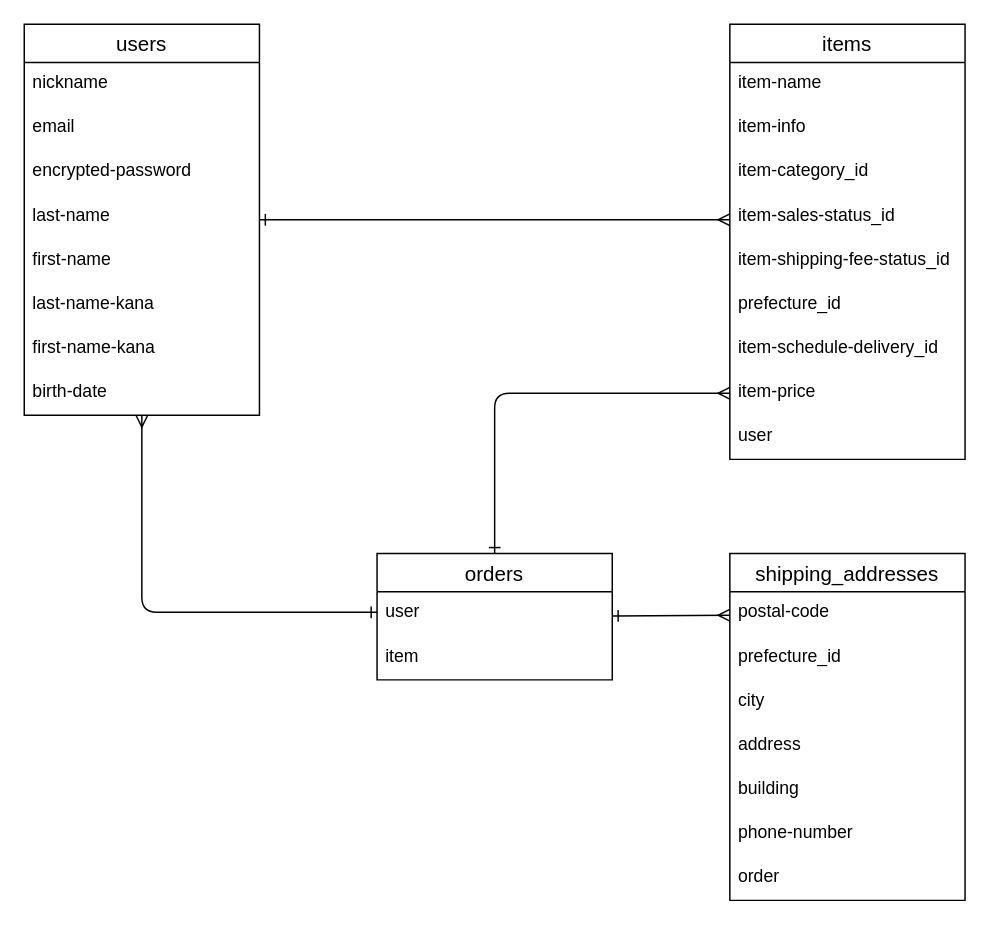
This is er.dio from yuhorn/furima-38660, a draw.io file, before an edit. Source tidied: cells renumbered, new cells numbered last; positions are measured from the earlier drawing's top-left corner, leaving out a move shared by most shapes. Both pictures are drawn from the tidied source at 147%, with x=0, y=0 at pixel (24, 24).
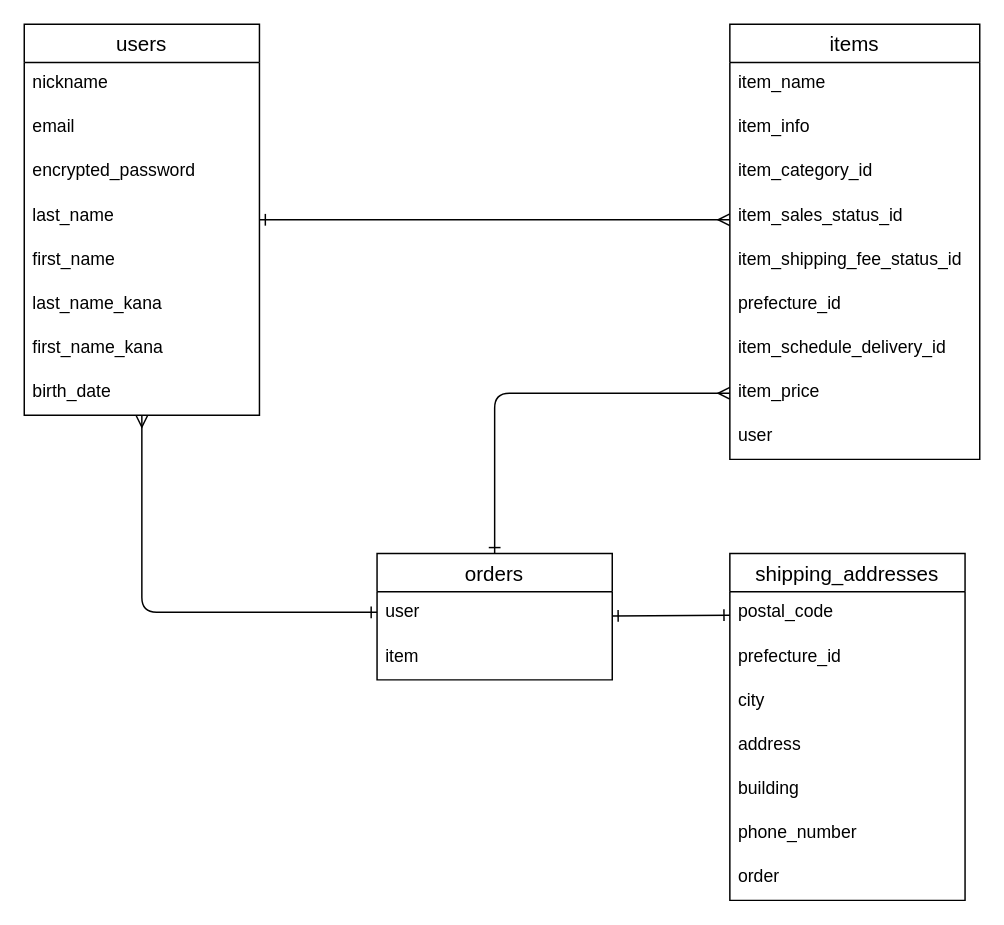
The same page after the edit.

Commit message (it also covers changes not shown here):
レビュー後修正３

The change refers to these unchanged cells:
```xml
<mxCell id="3" value="users" style="swimlane;fontStyle=0;horizontal=1;startSize=26;align=center;fontSize=14;labelBackgroundColor=default;labelBorderColor=none;swimlaneFillColor=default;" parent="1" vertex="1">
  <mxGeometry width="160" height="266" as="geometry" />
</mxCell>
<mxCell id="23" value="orders" style="swimlane;fontStyle=0;horizontal=1;startSize=26;align=center;fontSize=14;labelBackgroundColor=default;labelBorderColor=none;swimlaneFillColor=default;" parent="1" vertex="1">
  <mxGeometry x="240" y="360" width="160" height="86" as="geometry" />
</mxCell>
<mxCell id="27" value="shipping_addresses" style="swimlane;fontStyle=0;horizontal=1;startSize=26;align=center;fontSize=14;" parent="1" vertex="1">
  <mxGeometry x="480" y="360" width="160" height="236" as="geometry" />
</mxCell>
```

What changed in the source:
```diff
@@
-    <mxCell id="6" value="encrypted-password" style="text;strokeColor=none;fillColor=none;spacingLeft=4;spacingRight=4;overflow=hidden;fontSize=12;" parent="3" vertex="1">
+    <mxCell id="6" value="encrypted_password" style="text;strokeColor=none;fillColor=none;spacingLeft=4;spacingRight=4;overflow=hidden;fontSize=12;" parent="3" vertex="1">
       <mxGeometry y="86" width="160" height="30" as="geometry" />
     </mxCell>
-    <mxCell id="7" value="last-name" style="text;strokeColor=none;fillColor=none;spacingLeft=4;spacingRight=4;overflow=hidden;points=[[0,0.5],[1,0.5]];portConstraint=eastwest;fontSize=12;" parent="3" vertex="1">
+    <mxCell id="7" value="last_name" style="text;strokeColor=none;fillColor=none;spacingLeft=4;spacingRight=4;overflow=hidden;points=[[0,0.5],[1,0.5]];portConstraint=eastwest;fontSize=12;" parent="3" vertex="1">
       <mxGeometry y="116" width="160" height="30" as="geometry" />
     </mxCell>
-    <mxCell id="8" value="first-name" style="text;strokeColor=none;fillColor=none;spacingLeft=4;spacingRight=4;overflow=hidden;fontSize=12;" parent="3" vertex="1">
+    <mxCell id="8" value="first_name" style="text;strokeColor=none;fillColor=none;spacingLeft=4;spacingRight=4;overflow=hidden;fontSize=12;" parent="3" vertex="1">
       <mxGeometry y="146" width="160" height="30" as="geometry" />
     </mxCell>
-    <mxCell id="9" value="last-name-kana" style="text;strokeColor=none;fillColor=none;spacingLeft=4;spacingRight=4;overflow=hidden;fontSize=12;" parent="3" vertex="1">
+    <mxCell id="9" value="last_name_kana" style="text;strokeColor=none;fillColor=none;spacingLeft=4;spacingRight=4;overflow=hidden;fontSize=12;" parent="3" vertex="1">
       <mxGeometry y="176" width="160" height="30" as="geometry" />
     </mxCell>
-    <mxCell id="10" value="first-name-kana" style="text;strokeColor=none;fillColor=none;spacingLeft=4;spacingRight=4;overflow=hidden;fontSize=12;" parent="3" vertex="1">
+    <mxCell id="10" value="first_name_kana" style="text;strokeColor=none;fillColor=none;spacingLeft=4;spacingRight=4;overflow=hidden;fontSize=12;" parent="3" vertex="1">
       <mxGeometry y="206" width="160" height="30" as="geometry" />
     </mxCell>
-    <mxCell id="11" value="birth-date" style="text;strokeColor=none;fillColor=none;spacingLeft=4;spacingRight=4;overflow=hidden;fontSize=12;" parent="3" vertex="1">
+    <mxCell id="11" value="birth_date" style="text;strokeColor=none;fillColor=none;spacingLeft=4;spacingRight=4;overflow=hidden;fontSize=12;" parent="3" vertex="1">
       <mxGeometry y="236" width="160" height="30" as="geometry" />
     </mxCell>
     <mxCell id="12" value="items" style="swimlane;fontStyle=0;horizontal=1;startSize=26;align=center;fontSize=14;labelBackgroundColor=default;labelBorderColor=none;swimlaneFillColor=default;" parent="1" vertex="1">
-      <mxGeometry x="480" width="160" height="296" as="geometry" />
+      <mxGeometry x="480" width="170" height="296" as="geometry" />
     </mxCell>
-    <mxCell id="13" value="item-name" style="text;strokeColor=none;fillColor=none;spacingLeft=4;spacingRight=4;overflow=hidden;fontSize=12;" parent="12" vertex="1">
-      <mxGeometry y="26" width="160" height="30" as="geometry" />
+    <mxCell id="13" value="item_name" style="text;strokeColor=none;fillColor=none;spacingLeft=4;spacingRight=4;overflow=hidden;fontSize=12;" parent="12" vertex="1">
+      <mxGeometry y="26" width="170" height="30" as="geometry" />
     </mxCell>
-    <mxCell id="14" value="item-info" style="text;strokeColor=none;fillColor=none;spacingLeft=4;spacingRight=4;overflow=hidden;fontSize=12;" parent="12" vertex="1">
-      <mxGeometry y="56" width="160" height="30" as="geometry" />
+    <mxCell id="14" value="item_info" style="text;strokeColor=none;fillColor=none;spacingLeft=4;spacingRight=4;overflow=hidden;fontSize=12;" parent="12" vertex="1">
+      <mxGeometry y="56" width="170" height="30" as="geometry" />
     </mxCell>
-    <mxCell id="15" value="item-category_id" style="text;strokeColor=none;fillColor=none;spacingLeft=4;spacingRight=4;overflow=hidden;fontSize=12;" parent="12" vertex="1">
-      <mxGeometry y="86" width="160" height="30" as="geometry" />
+    <mxCell id="15" value="item_category_id" style="text;strokeColor=none;fillColor=none;spacingLeft=4;spacingRight=4;overflow=hidden;fontSize=12;" parent="12" vertex="1">
+      <mxGeometry y="86" width="170" height="30" as="geometry" />
     </mxCell>
-    <mxCell id="16" value="item-sales-status_id" style="text;strokeColor=none;fillColor=none;spacingLeft=4;spacingRight=4;overflow=hidden;points=[[0,0.5],[1,0.5]];portConstraint=eastwest;fontSize=12;" parent="12" vertex="1">
-      <mxGeometry y="116" width="160" height="30" as="geometry" />
+    <mxCell id="16" value="item_sales_status_id" style="text;strokeColor=none;fillColor=none;spacingLeft=4;spacingRight=4;overflow=hidden;points=[[0,0.5],[1,0.5]];portConstraint=eastwest;fontSize=12;" parent="12" vertex="1">
+      <mxGeometry y="116" width="170" height="30" as="geometry" />
     </mxCell>
-    <mxCell id="17" value="item-shipping-fee-status_id" style="text;strokeColor=none;fillColor=none;spacingLeft=4;spacingRight=4;overflow=hidden;fontSize=12;" parent="12" vertex="1">
-      <mxGeometry y="146" width="160" height="30" as="geometry" />
+    <mxCell id="17" value="item_shipping_fee_status_id" style="text;strokeColor=none;fillColor=none;spacingLeft=4;spacingRight=4;overflow=hidden;fontSize=12;" parent="12" vertex="1">
+      <mxGeometry y="146" width="170" height="30" as="geometry" />
     </mxCell>
     <mxCell id="18" value="prefecture_id" style="text;strokeColor=none;fillColor=none;spacingLeft=4;spacingRight=4;overflow=hidden;fontSize=12;" parent="12" vertex="1">
-      <mxGeometry y="176" width="160" height="30" as="geometry" />
+      <mxGeometry y="176" width="170" height="30" as="geometry" />
     </mxCell>
-    <mxCell id="19" value="item-schedule-delivery_id" style="text;strokeColor=none;fillColor=none;spacingLeft=4;spacingRight=4;overflow=hidden;fontSize=12;" parent="12" vertex="1">
-      <mxGeometry y="206" width="160" height="30" as="geometry" />
+    <mxCell id="19" value="item_schedule_delivery_id" style="text;strokeColor=none;fillColor=none;spacingLeft=4;spacingRight=4;overflow=hidden;fontSize=12;" parent="12" vertex="1">
+      <mxGeometry y="206" width="170" height="30" as="geometry" />
     </mxCell>
-    <mxCell id="20" value="item-price" style="text;strokeColor=none;fillColor=none;spacingLeft=4;spacingRight=4;overflow=hidden;points=[[0,0.5],[1,0.5]];portConstraint=eastwest;fontSize=12;" parent="12" vertex="1">
-      <mxGeometry y="236" width="160" height="30" as="geometry" />
+    <mxCell id="20" value="item_price" style="text;strokeColor=none;fillColor=none;spacingLeft=4;spacingRight=4;overflow=hidden;points=[[0,0.5],[1,0.5]];portConstraint=eastwest;fontSize=12;" parent="12" vertex="1">
+      <mxGeometry y="236" width="170" height="30" as="geometry" />
     </mxCell>
     <mxCell id="21" value="user" style="text;strokeColor=none;fillColor=none;spacingLeft=4;spacingRight=4;overflow=hidden;fontSize=12;" parent="12" vertex="1">
-      <mxGeometry y="266" width="160" height="30" as="geometry" />
+      <mxGeometry y="266" width="170" height="30" as="geometry" />
     </mxCell>
@@
-    <mxCell id="26" style="html=1;startArrow=ERone;startFill=0;endArrow=ERmany;endFill=0;entryX=0;entryY=0.533;entryDx=0;entryDy=0;entryPerimeter=0;" parent="1" edge="1" source="23" target="28">
+    <mxCell id="26" style="html=1;startArrow=ERone;startFill=0;endArrow=ERone;endFill=0;entryX=0;entryY=0.533;entryDx=0;entryDy=0;entryPerimeter=0;" parent="1" edge="1" source="23" target="28">
       <mxGeometry relative="1" as="geometry" />
     </mxCell>
@@
-    <mxCell id="28" value="postal-code" style="text;strokeColor=none;fillColor=none;spacingLeft=4;spacingRight=4;overflow=hidden;points=[[0,0.5],[1,0.5]];portConstraint=eastwest;fontSize=12;" parent="27" vertex="1">
+    <mxCell id="28" value="postal_code" style="text;strokeColor=none;fillColor=none;spacingLeft=4;spacingRight=4;overflow=hidden;points=[[0,0.5],[1,0.5]];portConstraint=eastwest;fontSize=12;" parent="27" vertex="1">
       <mxGeometry y="26" width="160" height="30" as="geometry" />
     </mxCell>
@@
-    <mxCell id="33" value="phone-number" style="text;strokeColor=none;fillColor=none;spacingLeft=4;spacingRight=4;overflow=hidden;fontSize=12;" parent="27" vertex="1">
+    <mxCell id="33" value="phone_number" style="text;strokeColor=none;fillColor=none;spacingLeft=4;spacingRight=4;overflow=hidden;fontSize=12;" parent="27" vertex="1">
       <mxGeometry y="176" width="160" height="30" as="geometry" />
     </mxCell>
```
